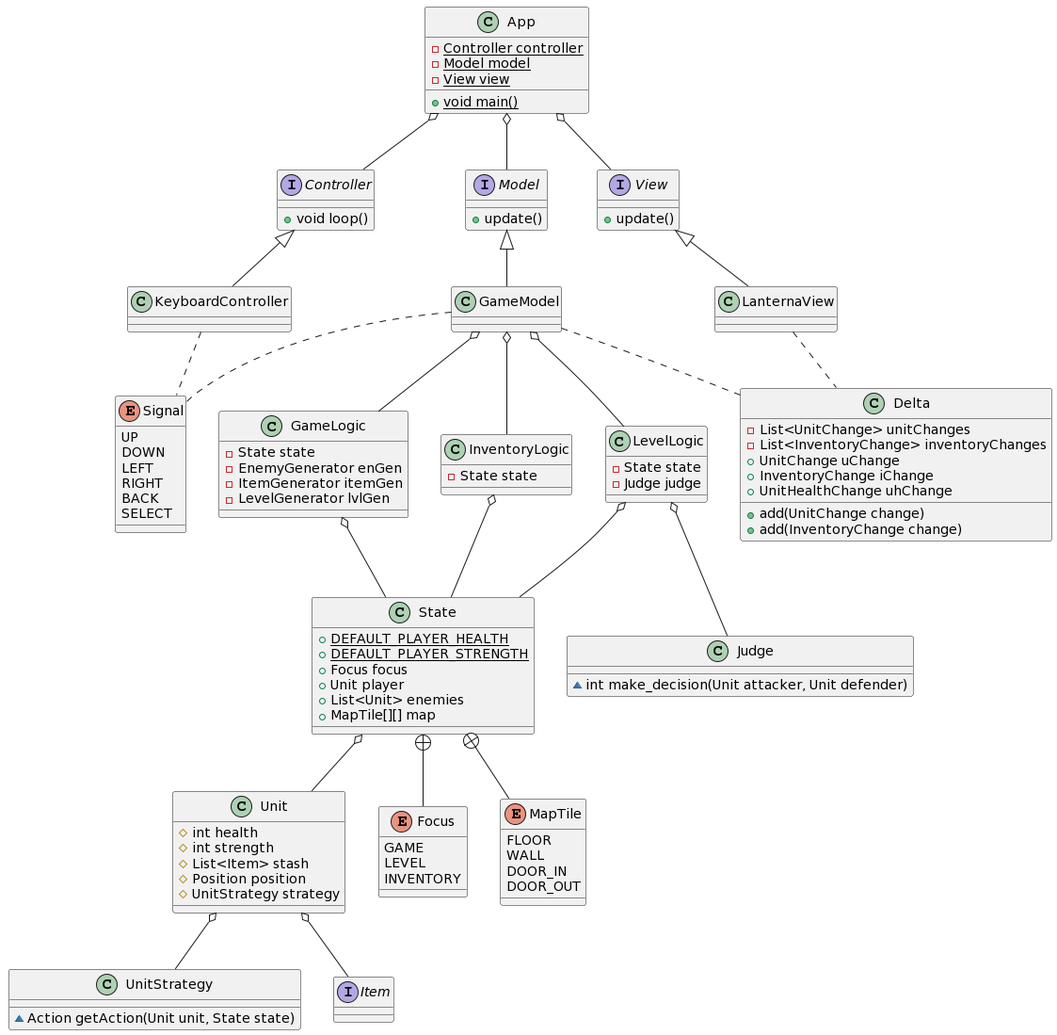
Above: class_diagram.png in Ane1y/rogue (PlantUML), before the change.
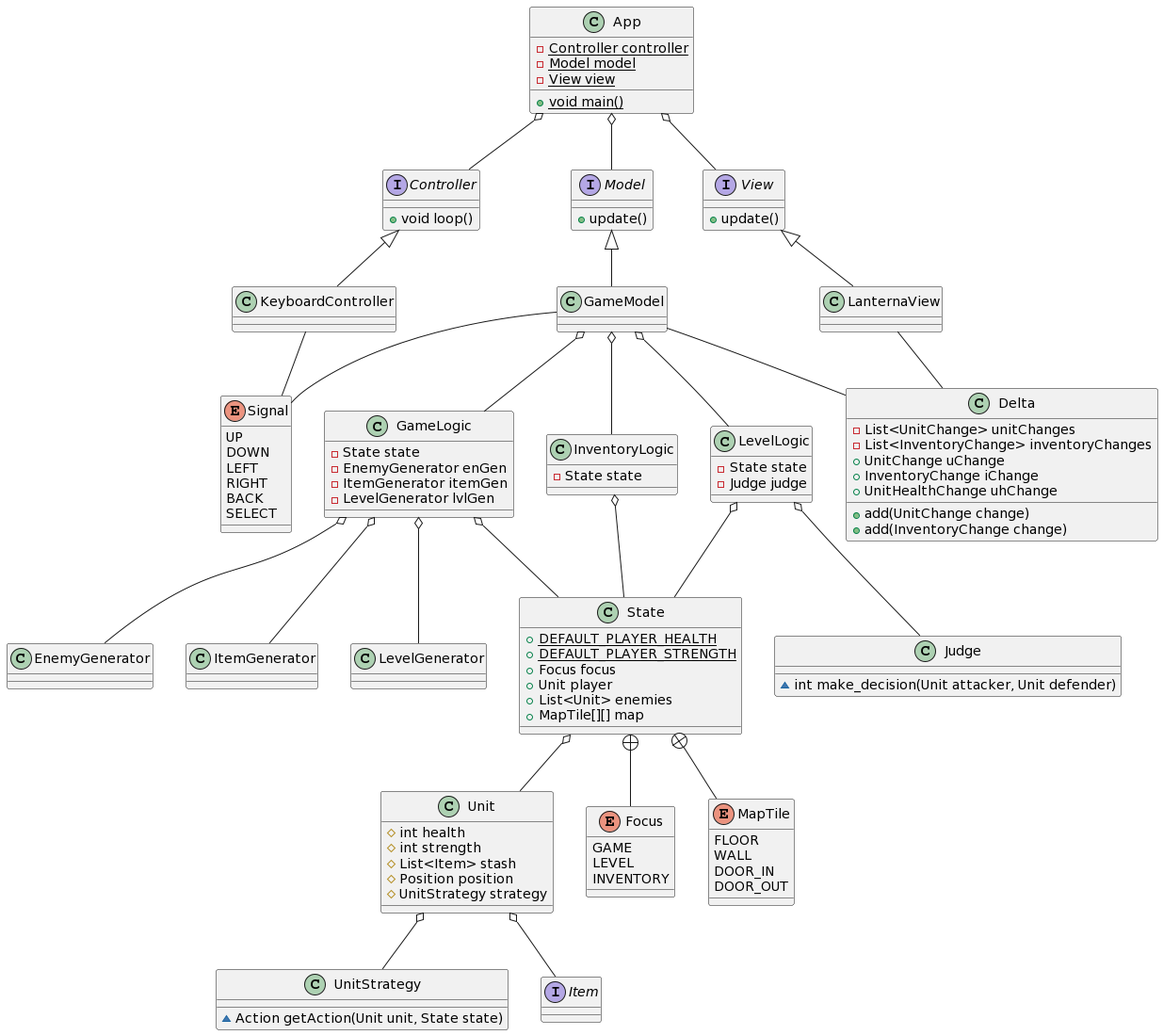
Later version of the same file.

Commit message:
update class diagram (searching for perfection)

What changed in the source:
```diff
@@ -54,6 +54,10 @@
    ~int make_decision(Unit attacker, Unit defender)
 }
 
+class EnemyGenerator {}
+class ItemGenerator {}
+class LevelGenerator {}
+
 class State {
    + {static} DEFAULT_PLAYER_HEALTH
    + {static} DEFAULT_PLAYER_STRENGTH
@@ -106,8 +110,6 @@
 App o-- View
 
 Controller <|-- KeyboardController
-KeyboardController .. Signal
-GameModel .. Signal
 
 View <|-- LanternaView
 
@@ -118,7 +120,9 @@
 GameModel o-- InventoryLogic
 
 GameLogic o-- State
-
+GameLogic o-- EnemyGenerator
+GameLogic o-- ItemGenerator
+GameLogic o-- LevelGenerator
 
 LevelLogic o-- State
 LevelLogic o-- Judge
@@ -132,6 +136,8 @@
 Unit o-- Item
 Unit o-- UnitStrategy
 
-GameModel .. Delta
-LanternaView .. Delta
+GameModel -- Delta
+LanternaView -- Delta
+KeyboardController -- Signal
+GameModel -- Signal
 @enduml
```
